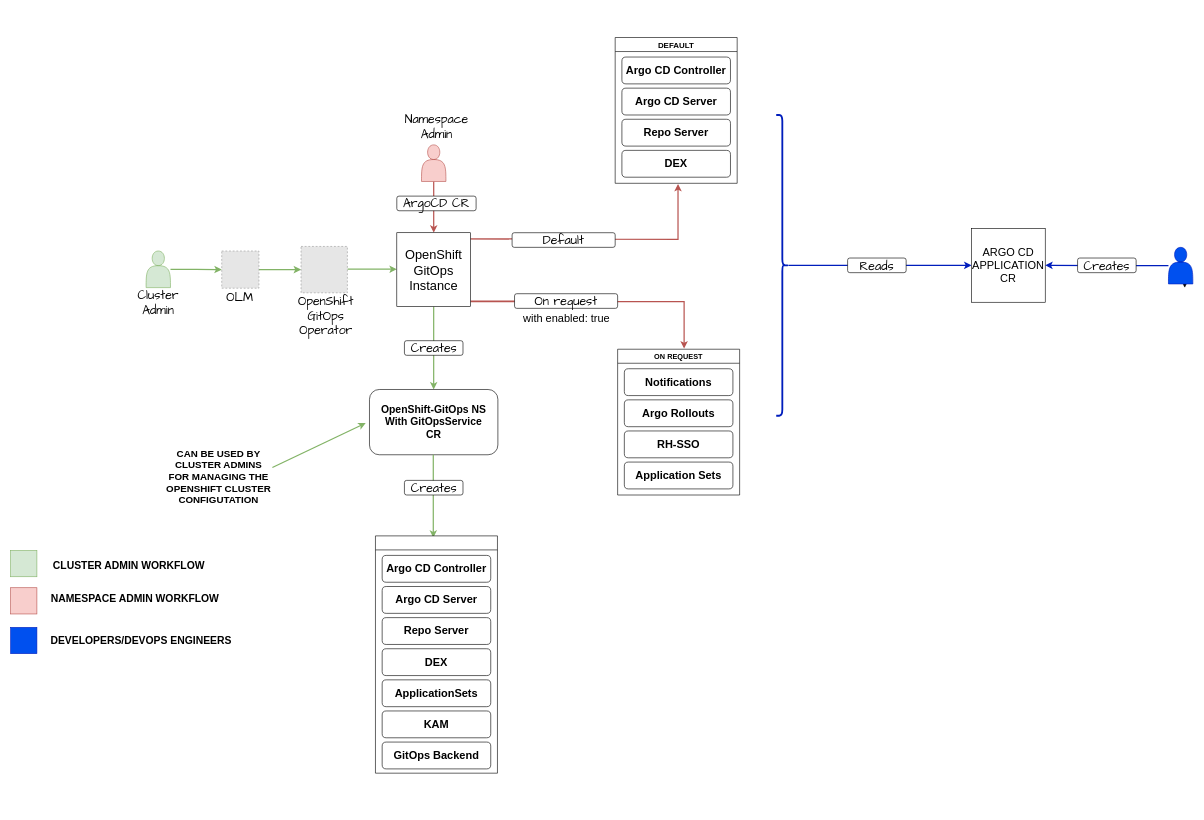
This is openshift/openshift-gitops-design.drawio from iam-veeramalla/sandbox, a draw.io file, before an edit. Source tidied: cells renumbered, new cells numbered last; positions are measured from the earlier drawing's top-left corner, leaving out a move shared by most shapes. Both pictures are drawn from the tidied source at 61%, with x=0, y=0 at pixel (10, 37). Pictures stored in the file or linked from it are replaced by grey dashed boxes.
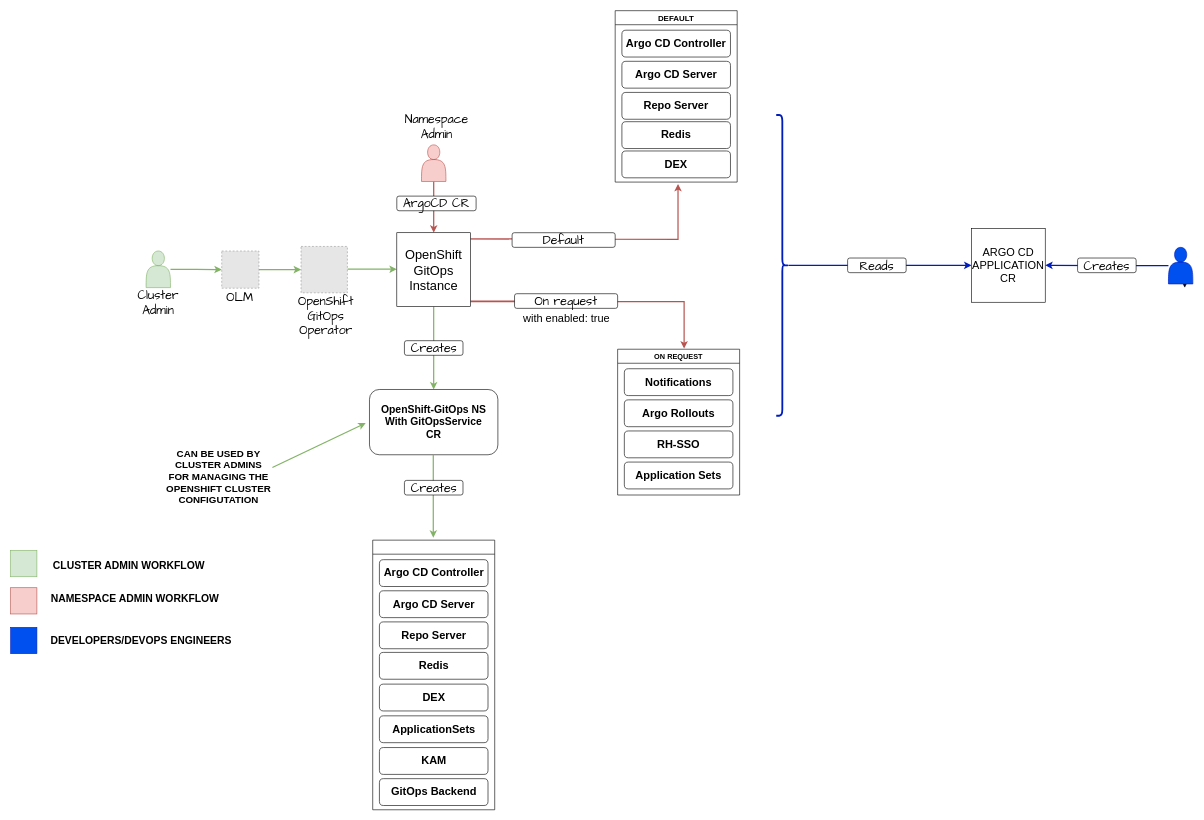
After the change.

Diff of the diagram source:
```diff
@@
     <mxCell id="14" value="DEFAULT" style="swimlane;fontSize=13;" parent="1" vertex="1">
-      <mxGeometry x="991" width="200" height="239" as="geometry" />
+      <mxGeometry x="991" y="-44" width="200" height="281" as="geometry" />
     </mxCell>
@@
-    <mxCell id="18" value="&lt;b&gt;&lt;font style=&quot;font-size: 18px;&quot;&gt;DEX&lt;br&gt;&lt;/font&gt;&lt;/b&gt;" style="rounded=1;whiteSpace=wrap;html=1;" parent="14" vertex="1">
-      <mxGeometry x="11" y="185" width="178" height="44" as="geometry" />
+    <mxCell id="18" value="&lt;b&gt;&lt;font style=&quot;font-size: 18px;&quot;&gt;DEX&lt;/font&gt;&lt;/b&gt;" style="rounded=1;whiteSpace=wrap;html=1;" parent="14" vertex="1">
+      <mxGeometry x="11" y="230" width="178" height="44" as="geometry" />
     </mxCell>
+    <mxCell id="61" value="&lt;b&gt;&lt;font style=&quot;font-size: 18px;&quot;&gt;Redis&lt;/font&gt;&lt;/b&gt;" style="rounded=1;whiteSpace=wrap;html=1;" parent="14" vertex="1">
+      <mxGeometry x="11" y="182" width="178" height="44" as="geometry" />
+    </mxCell>
@@
     <mxCell id="43" style="swimlane;fontSize=13;" parent="1" vertex="1">
-      <mxGeometry x="598" y="817" width="200" height="389" as="geometry" />
+      <mxGeometry x="593.5" y="824" width="200" height="442" as="geometry" />
     </mxCell>
@@
     <mxCell id="47" value="&lt;b&gt;&lt;font style=&quot;font-size: 18px;&quot;&gt;DEX&lt;br&gt;&lt;/font&gt;&lt;/b&gt;" style="rounded=1;whiteSpace=wrap;html=1;" parent="43" vertex="1">
-      <mxGeometry x="11" y="185" width="178" height="44" as="geometry" />
+      <mxGeometry x="11" y="236" width="178" height="44" as="geometry" />
     </mxCell>
     <mxCell id="48" value="&lt;b&gt;&lt;font style=&quot;font-size: 18px;&quot;&gt;ApplicationSets&lt;/font&gt;&lt;/b&gt;" style="rounded=1;whiteSpace=wrap;html=1;" parent="43" vertex="1">
-      <mxGeometry x="11" y="236" width="178" height="44" as="geometry" />
+      <mxGeometry x="11" y="288" width="178" height="44" as="geometry" />
     </mxCell>
     <mxCell id="49" value="&lt;b&gt;&lt;font style=&quot;font-size: 18px;&quot;&gt;KAM&lt;/font&gt;&lt;/b&gt;" style="rounded=1;whiteSpace=wrap;html=1;" parent="43" vertex="1">
-      <mxGeometry x="11" y="287" width="178" height="44" as="geometry" />
+      <mxGeometry x="11" y="340" width="178" height="44" as="geometry" />
     </mxCell>
     <mxCell id="50" value="&lt;b&gt;&lt;font style=&quot;font-size: 18px;&quot;&gt;GitOps Backend&lt;br&gt;&lt;/font&gt;&lt;/b&gt;" style="rounded=1;whiteSpace=wrap;html=1;" parent="43" vertex="1">
-      <mxGeometry x="11" y="338" width="178" height="44" as="geometry" />
+      <mxGeometry x="11" y="391" width="178" height="44" as="geometry" />
     </mxCell>
+    <mxCell id="62" value="&lt;b&gt;&lt;font style=&quot;font-size: 18px;&quot;&gt;Redis&lt;br&gt;&lt;/font&gt;&lt;/b&gt;" style="rounded=1;whiteSpace=wrap;html=1;" parent="43" vertex="1">
+      <mxGeometry x="11" y="184" width="178" height="44" as="geometry" />
+    </mxCell>
```
